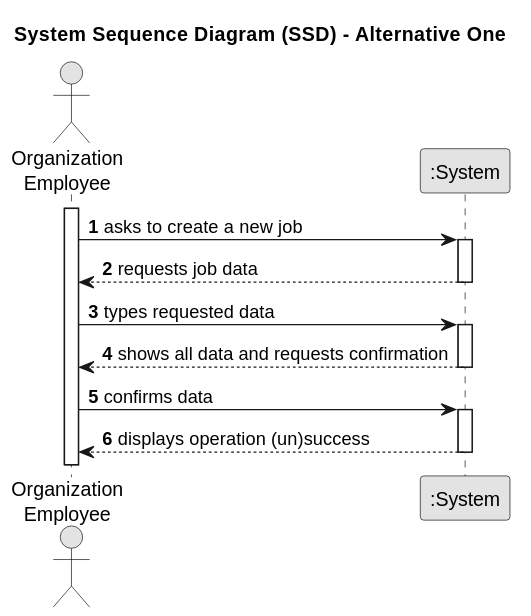
The PlantUML diagram docs/sprintA/us002/01.requirements-engineering/svg/us002-system-sequence-diagram-alternative-one.svg in Rui-San/LAPR2_2023_2024, before a commit.
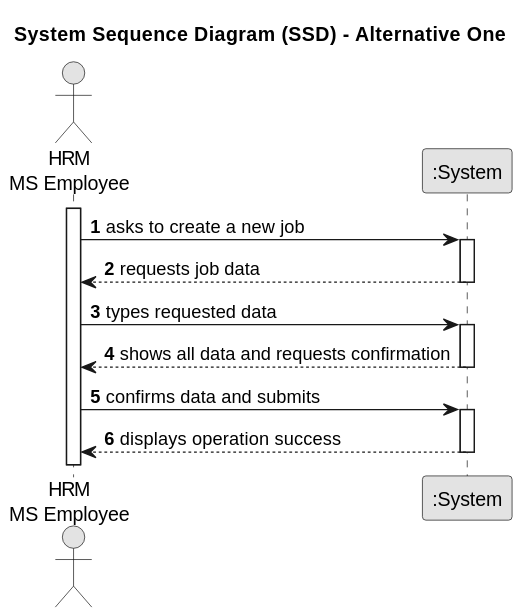
Above is the later version.

Change to the diagram source:
```diff
@@ -7,7 +7,7 @@
 
 autonumber
 
-actor "Organization\nEmployee" as Employee
+actor "HRM\nMS Employee" as Employee
 participant ":System" as System
 
 activate Employee
@@ -24,9 +24,9 @@
     System --> Employee : shows all data and requests confirmation
 deactivate System
 
-Employee -> System : confirms data
+Employee -> System : confirms data and submits
 activate System
 
-    System --> Employee : displays operation (un)success
+    System --> Employee : displays operation success
 deactivate System
 @enduml
```
